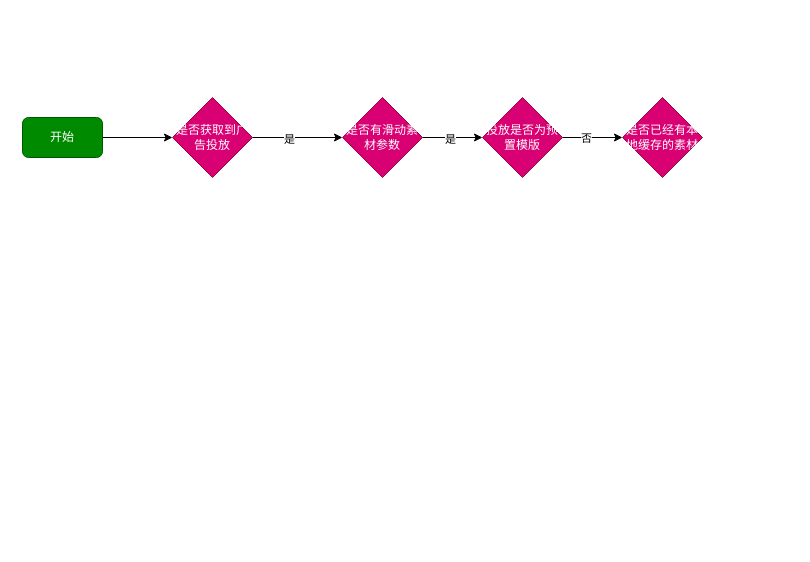
Above: moji/开屏滑动蒙版样式动态下发流程图.drawio in HengqianSong/drawIO (draw.io), before the change. Source tidied: cells renumbered, new cells numbered last; positions are measured from the earlier drawing's top-left corner, leaving out a move shared by most shapes. Both pictures are drawn from the tidied source at 100%, with x=0, y=0 at pixel (22, 97).
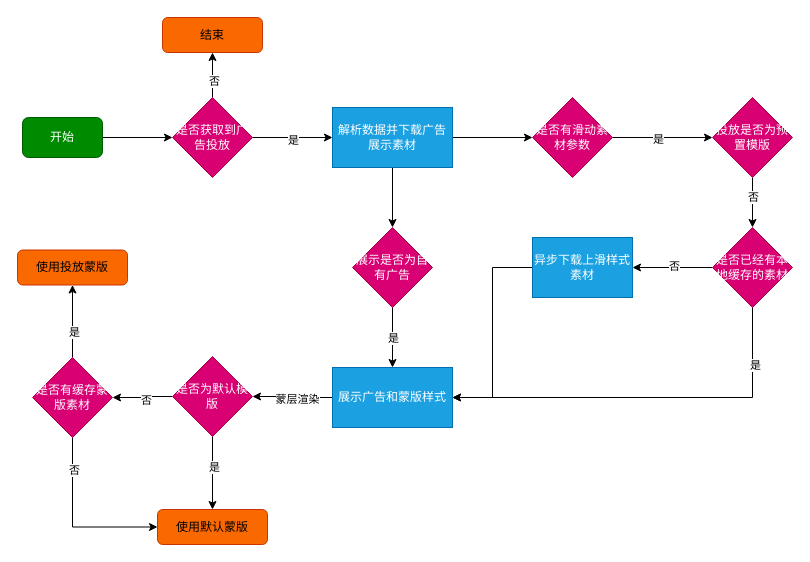
The same page after the edit.

Commit message:
更新开屏滑动蒙版样式动态下发流程图.drawio

Unchanged cells that the change refers to:
```xml
<mxCell id="6" value="是否获取到广告投放" style="rhombus;whiteSpace=wrap;html=1;rounded=0;fillColor=#d80073;fontColor=#ffffff;strokeColor=#A50040;" parent="1" vertex="1">
  <mxGeometry x="150" width="80" height="80" as="geometry" />
</mxCell>
```

The edit, as a diff of the source:
```diff
@@
-    <mxCell id="4" style="edgeStyle=orthogonalEdgeStyle;rounded=0;jettySize=auto;html=1;" parent="1" edge="1" source="6" target="9">
-      <mxGeometry relative="1" as="geometry" />
-    </mxCell>
-    <mxCell id="5" value="是" style="edgeLabel;html=1;align=center;verticalAlign=middle;" parent="4" vertex="1">
-      <mxGeometry x="-0.19" y="-1" relative="1" as="geometry" />
-    </mxCell>
+    <mxCell id="14" style="edgeStyle=orthogonalEdgeStyle;rounded=0;jettySize=auto;html=1;" parent="1" edge="1" source="6" target="26">
+      <mxGeometry relative="1" as="geometry" />
+    </mxCell>
+    <mxCell id="15" value="是" style="edgeLabel;html=1;align=center;verticalAlign=middle;" parent="14" vertex="1">
+      <mxGeometry y="-2" relative="1" as="geometry" />
+    </mxCell>
+    <mxCell id="16" style="edgeStyle=orthogonalEdgeStyle;rounded=0;jettySize=auto;html=1;" parent="1" edge="1" source="6" target="27">
+      <mxGeometry relative="1" as="geometry" />
+    </mxCell>
+    <mxCell id="17" value="否" style="edgeLabel;html=1;align=center;verticalAlign=middle;" parent="16" vertex="1">
+      <mxGeometry x="-0.24" y="-1" relative="1" as="geometry" />
+    </mxCell>
@@
     <mxCell id="9" value="是否有滑动素材参数" style="rhombus;whiteSpace=wrap;html=1;rounded=0;fillColor=#d80073;fontColor=#ffffff;strokeColor=#A50040;" parent="1" vertex="1">
-      <mxGeometry x="320" width="80" height="80" as="geometry" />
+      <mxGeometry x="510" width="80" height="80" as="geometry" />
     </mxCell>
@@
     <mxCell id="12" value="投放是否为预置模版" style="rhombus;whiteSpace=wrap;html=1;rounded=0;fillColor=#d80073;fontColor=#ffffff;strokeColor=#A50040;" parent="1" vertex="1">
-      <mxGeometry x="460" width="80" height="80" as="geometry" />
+      <mxGeometry x="690" width="80" height="80" as="geometry" />
     </mxCell>
+    <mxCell id="18" style="edgeStyle=orthogonalEdgeStyle;rounded=0;jettySize=auto;html=1;" parent="1" edge="1" source="13" target="23">
+      <mxGeometry relative="1" as="geometry" />
+    </mxCell>
+    <mxCell id="19" value="否" style="edgeLabel;html=1;align=center;verticalAlign=middle;" parent="18" vertex="1">
+      <mxGeometry x="-0.03" y="-2" relative="1" as="geometry" />
+    </mxCell>
+    <mxCell id="20" style="edgeStyle=orthogonalEdgeStyle;rounded=0;jettySize=auto;html=1;entryX=1;entryY=0.5;entryDx=0;entryDy=0;" parent="1" edge="1" source="13" target="33">
+      <mxGeometry relative="1" as="geometry">
+        <Array as="points">
+          <mxPoint x="730" y="300" />
+        </Array>
+      </mxGeometry>
+    </mxCell>
+    <mxCell id="21" value="是" style="edgeLabel;html=1;align=center;verticalAlign=middle;" parent="20" vertex="1">
+      <mxGeometry x="-0.71" y="2" relative="1" as="geometry" />
+    </mxCell>
     <mxCell id="13" value="是否已经有本地缓存的素材" style="rhombus;whiteSpace=wrap;html=1;rounded=0;fillColor=#d80073;fontColor=#ffffff;strokeColor=#A50040;" parent="1" vertex="1">
-      <mxGeometry x="600" width="80" height="80" as="geometry" />
+      <mxGeometry x="690" y="130" width="80" height="80" as="geometry" />
     </mxCell>
+    <mxCell id="22" style="edgeStyle=orthogonalEdgeStyle;rounded=0;jettySize=auto;html=1;entryX=1;entryY=0.5;entryDx=0;entryDy=0;" parent="1" edge="1" source="23" target="33">
+      <mxGeometry relative="1" as="geometry" />
+    </mxCell>
+    <mxCell id="23" value="异步下载上滑样式素材" style="whiteSpace=wrap;html=1;rounded=0;fillColor=#1ba1e2;fontColor=#ffffff;strokeColor=#006EAF;" parent="1" vertex="1">
+      <mxGeometry x="510" y="140" width="100" height="60" as="geometry" />
+    </mxCell>
+    <mxCell id="24" style="edgeStyle=orthogonalEdgeStyle;rounded=0;jettySize=auto;html=1;" parent="1" edge="1" source="26" target="9">
+      <mxGeometry relative="1" as="geometry" />
+    </mxCell>
+    <mxCell id="25" style="edgeStyle=orthogonalEdgeStyle;rounded=0;jettySize=auto;html=1;" parent="1" edge="1" source="26" target="30">
+      <mxGeometry relative="1" as="geometry" />
+    </mxCell>
+    <mxCell id="26" value="解析数据并下载广告展示素材" style="whiteSpace=wrap;html=1;rounded=0;fillColor=#1ba1e2;fontColor=#ffffff;strokeColor=#006EAF;" parent="1" vertex="1">
+      <mxGeometry x="310" y="10" width="120" height="60" as="geometry" />
+    </mxCell>
+    <mxCell id="27" value="结束" style="rounded=1;whiteSpace=wrap;html=1;fillColor=#fa6800;fontColor=#000000;strokeColor=#C73500;" parent="1" vertex="1">
+      <mxGeometry x="140" y="-80" width="100" height="35" as="geometry" />
+    </mxCell>
+    <mxCell id="28" style="edgeStyle=orthogonalEdgeStyle;rounded=0;jettySize=auto;html=1;" parent="1" edge="1" source="30" target="33">
+      <mxGeometry relative="1" as="geometry" />
+    </mxCell>
+    <mxCell id="29" value="是" style="edgeLabel;html=1;align=center;verticalAlign=middle;" parent="28" vertex="1">
+      <mxGeometry x="-0.01" relative="1" as="geometry" />
+    </mxCell>
+    <mxCell id="30" value="展示是否为自有广告" style="rhombus;whiteSpace=wrap;html=1;rounded=0;fillColor=#d80073;fontColor=#ffffff;strokeColor=#A50040;" parent="1" vertex="1">
+      <mxGeometry x="330" y="130" width="80" height="80" as="geometry" />
+    </mxCell>
+    <mxCell id="31" style="edgeStyle=orthogonalEdgeStyle;rounded=0;jettySize=auto;html=1;" parent="1" edge="1" source="33" target="38">
+      <mxGeometry relative="1" as="geometry" />
+    </mxCell>
+    <mxCell id="32" value="蒙层渲染" style="edgeLabel;html=1;align=center;verticalAlign=middle;" parent="31" vertex="1">
+      <mxGeometry x="-0.12" y="1" relative="1" as="geometry" />
+    </mxCell>
+    <mxCell id="33" value="展示广告和蒙版样式" style="whiteSpace=wrap;html=1;rounded=0;fillColor=#1ba1e2;fontColor=#ffffff;strokeColor=#006EAF;" parent="1" vertex="1">
+      <mxGeometry x="310" y="270" width="120" height="60" as="geometry" />
+    </mxCell>
+    <mxCell id="34" style="edgeStyle=orthogonalEdgeStyle;rounded=0;jettySize=auto;html=1;" parent="1" edge="1" source="38" target="43">
+      <mxGeometry relative="1" as="geometry" />
+    </mxCell>
+    <mxCell id="35" value="否" style="edgeLabel;html=1;align=center;verticalAlign=middle;" parent="34" vertex="1">
+      <mxGeometry x="-0.13" y="3" relative="1" as="geometry" />
+    </mxCell>
+    <mxCell id="36" style="edgeStyle=orthogonalEdgeStyle;rounded=0;jettySize=auto;html=1;entryX=0.5;entryY=0;entryDx=0;entryDy=0;" parent="1" edge="1" source="38" target="45">
+      <mxGeometry relative="1" as="geometry" />
+    </mxCell>
+    <mxCell id="37" value="是" style="edgeLabel;html=1;align=center;verticalAlign=middle;" parent="36" vertex="1">
+      <mxGeometry x="-0.17" y="1" relative="1" as="geometry" />
+    </mxCell>
+    <mxCell id="38" value="是否为默认模版" style="rhombus;whiteSpace=wrap;html=1;rounded=0;fillColor=#d80073;fontColor=#ffffff;strokeColor=#A50040;" parent="1" vertex="1">
+      <mxGeometry x="150" y="259" width="80" height="80" as="geometry" />
+    </mxCell>
+    <mxCell id="39" style="edgeStyle=orthogonalEdgeStyle;rounded=0;jettySize=auto;html=1;" parent="1" edge="1" source="43" target="44">
+      <mxGeometry relative="1" as="geometry" />
+    </mxCell>
+    <mxCell id="40" value="是" style="edgeLabel;html=1;align=center;verticalAlign=middle;" parent="39" vertex="1">
+      <mxGeometry x="-0.27" y="-1" relative="1" as="geometry" />
+    </mxCell>
+    <mxCell id="41" style="edgeStyle=orthogonalEdgeStyle;rounded=0;jettySize=auto;html=1;entryX=0;entryY=0.5;entryDx=0;entryDy=0;" parent="1" edge="1" source="43" target="45">
+      <mxGeometry relative="1" as="geometry">
+        <Array as="points">
+          <mxPoint x="50" y="430" />
+        </Array>
+      </mxGeometry>
+    </mxCell>
+    <mxCell id="42" value="否" style="edgeLabel;html=1;align=center;verticalAlign=middle;" parent="41" vertex="1">
+      <mxGeometry x="-0.63" y="1" relative="1" as="geometry" />
+    </mxCell>
+    <mxCell id="43" value="是否有缓存蒙版素材" style="rhombus;whiteSpace=wrap;html=1;rounded=0;fillColor=#d80073;fontColor=#ffffff;strokeColor=#A50040;" parent="1" vertex="1">
+      <mxGeometry x="10" y="260" width="80" height="80" as="geometry" />
+    </mxCell>
+    <mxCell id="44" value="使用投放蒙版" style="rounded=1;whiteSpace=wrap;html=1;fillColor=#fa6800;fontColor=#000000;strokeColor=#C73500;" parent="1" vertex="1">
+      <mxGeometry x="-5" y="152.5" width="110" height="35" as="geometry" />
+    </mxCell>
+    <mxCell id="45" value="使用默认蒙版" style="rounded=1;whiteSpace=wrap;html=1;fillColor=#fa6800;fontColor=#000000;strokeColor=#C73500;" parent="1" vertex="1">
+      <mxGeometry x="135" y="412" width="110" height="35" as="geometry" />
+    </mxCell>
```
